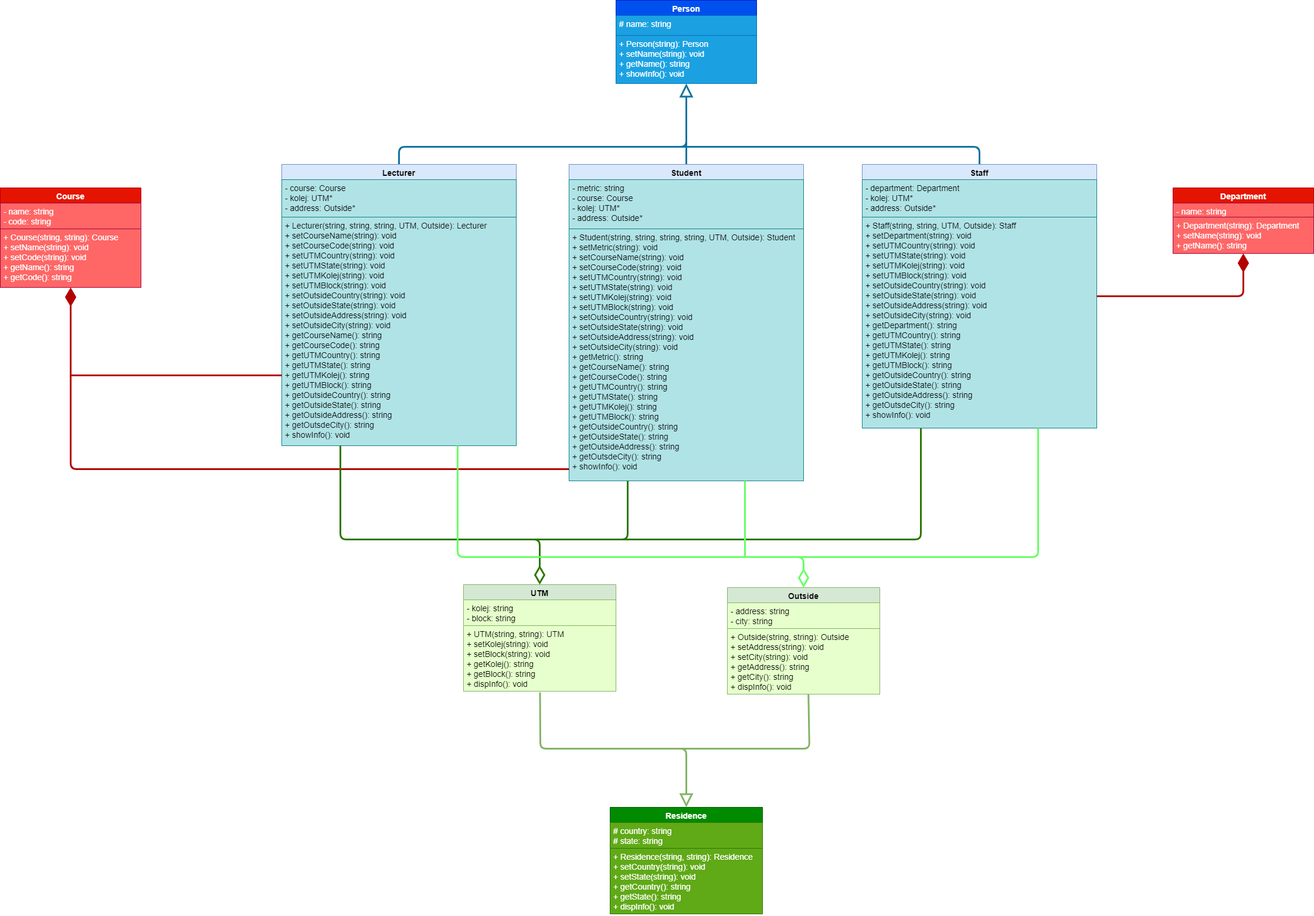
This is SECOND DRAFT/PT2 Project UML SECOND DRAFT.png from hafizhh3d/PT2-Project, a draw.io export, as it was before one commit. Source tidied: cells renumbered, new cells last; positions are measured from the earlier drawing's top-left corner, leaving out a move shared by most shapes.
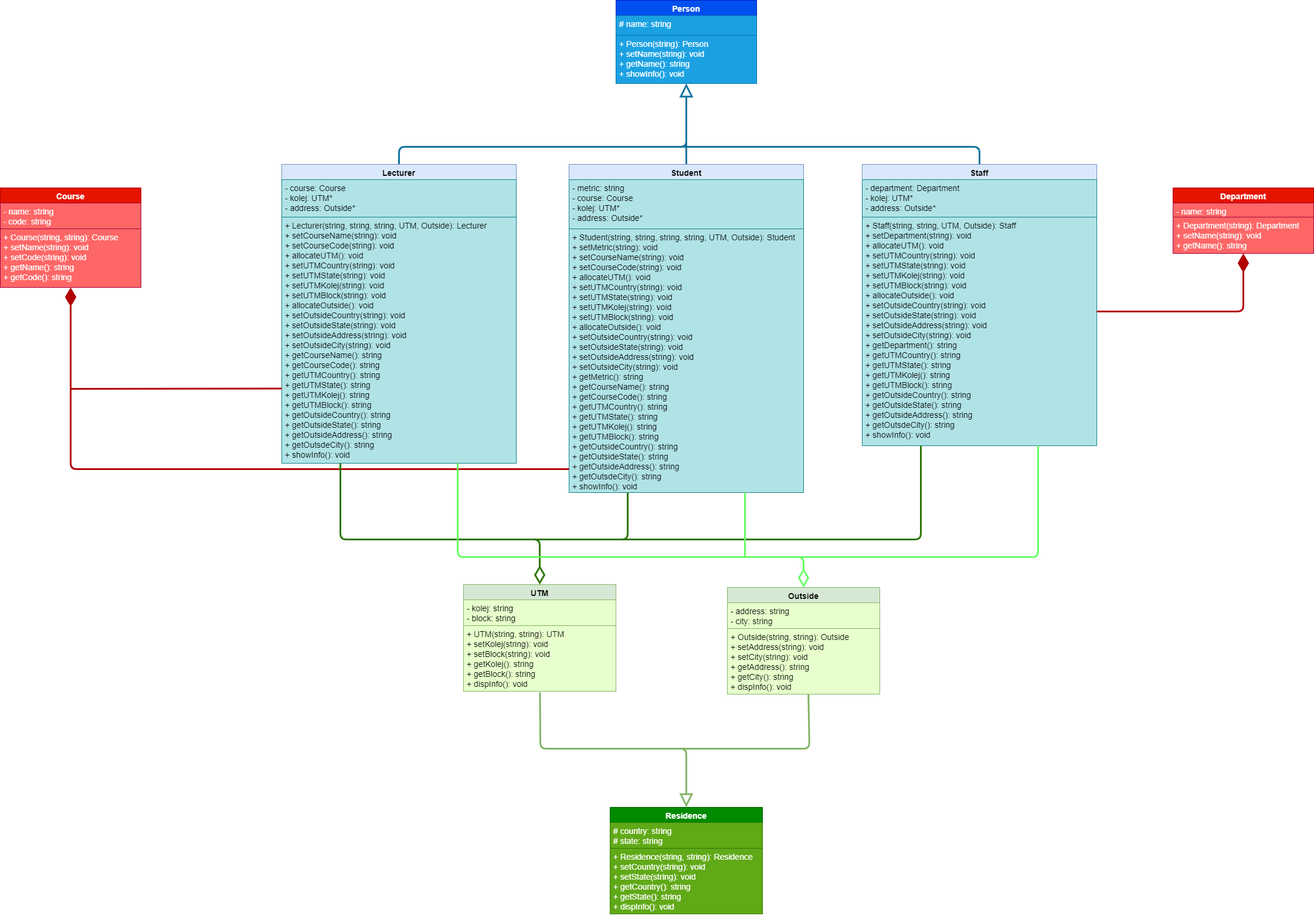
Later version of the same file.

Diff of the diagram source:
```diff
@@ -73,7 +73,7 @@
       <mxGeometry y="70" width="260" height="112" as="geometry" />
     </mxCell>
     <mxCell id="22" style="group;" parent="1" vertex="1">
-      <mxGeometry x="480" width="1390" height="820" as="geometry" />
+      <mxGeometry x="480" width="1390" height="840" as="geometry" />
     </mxCell>
     <mxCell id="23" value="Person" style="swimlane;fontStyle=1;align=center;verticalAlign=top;horizontal=1;startSize=26;fontSize=14;fillColor=#0050ef;strokeColor=#001DBC;fontColor=#ffffff;" parent="22" vertex="1">
       <mxGeometry x="570" width="240" height="142" as="geometry" />
@@ -107,31 +107,31 @@
       </mxGeometry>
     </mxCell>
     <mxCell id="29" value="Student" style="swimlane;fontStyle=1;align=center;verticalAlign=top;horizontal=1;startSize=26;fontSize=14;fillColor=#dae8fc;strokeColor=#6c8ebf;" parent="22" vertex="1">
-      <mxGeometry x="490" y="280" width="400" height="540" as="geometry" />
+      <mxGeometry x="490" y="280" width="400" height="560" as="geometry" />
     </mxCell>
     <mxCell id="30" value="- metric: string&#10;- course: Course&#10;- kolej: UTM*&#10;- address: Outside*" style="text;strokeColor=#0e8088;fillColor=#b0e3e6;align=left;verticalAlign=top;spacingLeft=4;spacingRight=4;overflow=hidden;fontSize=14;" parent="29" vertex="1">
       <mxGeometry y="26" width="400" height="84" as="geometry" />
     </mxCell>
-    <mxCell id="31" value="+ Student(string, string, string, string, UTM, Outside): Student&#10;+ setMetric(string): void&#10;+ setCourseName(string): void&#10;+ setCourseCode(string): void&#10;+ setUTMCountry(string): void&#10;+ setUTMState(string): void&#10;+ setUTMKolej(string): void&#10;+ setUTMBlock(string): void&#10;+ setOutsideCountry(string): void&#10;+ setOutsideState(string): void&#10;+ setOutsideAddress(string): void&#10;+ setOutsideCity(string): void&#10;+ getMetric(): string&#10;+ getCourseName(): string&#10;+ getCourseCode(): string&#10;+ getUTMCountry(): string&#10;+ getUTMState(): string&#10;+ getUTMKolej(): string&#10;+ getUTMBlock(): string&#10;+ getOutsideCountry(): string&#10;+ getOutsideState(): string&#10;+ getOutsideAddress(): string&#10;+ getOutsdeCity(): string&#10;+ showInfo(): void" style="text;strokeColor=#0e8088;fillColor=#b0e3e6;align=left;verticalAlign=top;spacingLeft=4;spacingRight=4;overflow=hidden;fontSize=14;" parent="29" vertex="1">
-      <mxGeometry y="110" width="400" height="430" as="geometry" />
+    <mxCell id="31" value="+ Student(string, string, string, string, UTM, Outside): Student&#10;+ setMetric(string): void&#10;+ setCourseName(string): void&#10;+ setCourseCode(string): void&#10;+ allocateUTM(): void&#10;+ setUTMCountry(string): void&#10;+ setUTMState(string): void&#10;+ setUTMKolej(string): void&#10;+ setUTMBlock(string): void&#10;+ allocateOutside(): void&#10;+ setOutsideCountry(string): void&#10;+ setOutsideState(string): void&#10;+ setOutsideAddress(string): void&#10;+ setOutsideCity(string): void&#10;+ getMetric(): string&#10;+ getCourseName(): string&#10;+ getCourseCode(): string&#10;+ getUTMCountry(): string&#10;+ getUTMState(): string&#10;+ getUTMKolej(): string&#10;+ getUTMBlock(): string&#10;+ getOutsideCountry(): string&#10;+ getOutsideState(): string&#10;+ getOutsideAddress(): string&#10;+ getOutsdeCity(): string&#10;+ showInfo(): void" style="text;strokeColor=#0e8088;fillColor=#b0e3e6;align=left;verticalAlign=top;spacingLeft=4;spacingRight=4;overflow=hidden;fontSize=14;" parent="29" vertex="1">
+      <mxGeometry y="110" width="400" height="450" as="geometry" />
     </mxCell>
     <mxCell id="32" value="Lecturer" style="swimlane;fontStyle=1;align=center;verticalAlign=top;horizontal=1;startSize=26;fontSize=14;fillColor=#dae8fc;strokeColor=#6c8ebf;" parent="22" vertex="1">
-      <mxGeometry y="280" width="400" height="480" as="geometry" />
+      <mxGeometry y="280" width="400" height="510" as="geometry" />
     </mxCell>
     <mxCell id="33" value="- course: Course&#10;- kolej: UTM*&#10;- address: Outside*" style="text;strokeColor=#0e8088;fillColor=#b0e3e6;align=left;verticalAlign=top;spacingLeft=4;spacingRight=4;overflow=hidden;fontSize=14;" parent="32" vertex="1">
       <mxGeometry y="26" width="400" height="64" as="geometry" />
     </mxCell>
-    <mxCell id="34" value="+ Lecturer(string, string, string, UTM, Outside): Lecturer&#10;+ setCourseName(string): void&#10;+ setCourseCode(string): void&#10;+ setUTMCountry(string): void&#10;+ setUTMState(string): void&#10;+ setUTMKolej(string): void&#10;+ setUTMBlock(string): void&#10;+ setOutsideCountry(string): void&#10;+ setOutsideState(string): void&#10;+ setOutsideAddress(string): void&#10;+ setOutsideCity(string): void&#10;+ getCourseName(): string&#10;+ getCourseCode(): string&#10;+ getUTMCountry(): string&#10;+ getUTMState(): string&#10;+ getUTMKolej(): string&#10;+ getUTMBlock(): string&#10;+ getOutsideCountry(): string&#10;+ getOutsideState(): string&#10;+ getOutsideAddress(): string&#10;+ getOutsdeCity(): string&#10;+ showInfo(): void&#10;" style="text;strokeColor=#0e8088;fillColor=#b0e3e6;align=left;verticalAlign=top;spacingLeft=4;spacingRight=4;overflow=hidden;fontSize=14;" parent="32" vertex="1">
-      <mxGeometry y="90" width="400" height="390" as="geometry" />
+    <mxCell id="34" value="+ Lecturer(string, string, string, UTM, Outside): Lecturer&#10;+ setCourseName(string): void&#10;+ setCourseCode(string): void&#10;+ allocateUTM(): void&#10;+ setUTMCountry(string): void&#10;+ setUTMState(string): void&#10;+ setUTMKolej(string): void&#10;+ setUTMBlock(string): void&#10;+ allocateOutside(): void&#10;+ setOutsideCountry(string): void&#10;+ setOutsideState(string): void&#10;+ setOutsideAddress(string): void&#10;+ setOutsideCity(string): void&#10;+ getCourseName(): string&#10;+ getCourseCode(): string&#10;+ getUTMCountry(): string&#10;+ getUTMState(): string&#10;+ getUTMKolej(): string&#10;+ getUTMBlock(): string&#10;+ getOutsideCountry(): string&#10;+ getOutsideState(): string&#10;+ getOutsideAddress(): string&#10;+ getOutsdeCity(): string&#10;+ showInfo(): void&#10;" style="text;strokeColor=#0e8088;fillColor=#b0e3e6;align=left;verticalAlign=top;spacingLeft=4;spacingRight=4;overflow=hidden;fontSize=14;" parent="32" vertex="1">
+      <mxGeometry y="90" width="400" height="420" as="geometry" />
     </mxCell>
     <mxCell id="35" value="Staff" style="swimlane;fontStyle=1;align=center;verticalAlign=top;horizontal=1;startSize=26;fontSize=14;fillColor=#dae8fc;strokeColor=#6c8ebf;" parent="22" vertex="1">
-      <mxGeometry x="990" y="280" width="400" height="450" as="geometry" />
+      <mxGeometry x="990" y="280" width="400" height="480" as="geometry" />
     </mxCell>
     <mxCell id="36" value="- department: Department&#10;- kolej: UTM*&#10;- address: Outside*" style="text;strokeColor=#0e8088;fillColor=#b0e3e6;align=left;verticalAlign=top;spacingLeft=4;spacingRight=4;overflow=hidden;fontSize=14;" parent="35" vertex="1">
       <mxGeometry y="26" width="400" height="64" as="geometry" />
     </mxCell>
-    <mxCell id="37" value="+ Staff(string, string, UTM, Outside): Staff&#10;+ setDepartment(string): void&#10;+ setUTMCountry(string): void&#10;+ setUTMState(string): void&#10;+ setUTMKolej(string): void&#10;+ setUTMBlock(string): void&#10;+ setOutsideCountry(string): void&#10;+ setOutsideState(string): void&#10;+ setOutsideAddress(string): void&#10;+ setOutsideCity(string): void&#10;+ getDepartment(): string&#10;+ getUTMCountry(): string&#10;+ getUTMState(): string&#10;+ getUTMKolej(): string&#10;+ getUTMBlock(): string&#10;+ getOutsideCountry(): string&#10;+ getOutsideState(): string&#10;+ getOutsideAddress(): string&#10;+ getOutsdeCity(): string&#10;+ showInfo(): void" style="text;strokeColor=#0e8088;fillColor=#b0e3e6;align=left;verticalAlign=top;spacingLeft=4;spacingRight=4;overflow=hidden;points=[[0,0.5],[1,0.5]];portConstraint=eastwest;fontSize=14;" parent="35" vertex="1">
-      <mxGeometry y="90" width="400" height="360" as="geometry" />
+    <mxCell id="37" value="+ Staff(string, string, UTM, Outside): Staff&#10;+ setDepartment(string): void&#10;+ allocateUTM(): void&#10;+ setUTMCountry(string): void&#10;+ setUTMState(string): void&#10;+ setUTMKolej(string): void&#10;+ setUTMBlock(string): void&#10;+ allocateOutside(): void&#10;+ setOutsideCountry(string): void&#10;+ setOutsideState(string): void&#10;+ setOutsideAddress(string): void&#10;+ setOutsideCity(string): void&#10;+ getDepartment(): string&#10;+ getUTMCountry(): string&#10;+ getUTMState(): string&#10;+ getUTMKolej(): string&#10;+ getUTMBlock(): string&#10;+ getOutsideCountry(): string&#10;+ getOutsideState(): string&#10;+ getOutsideAddress(): string&#10;+ getOutsdeCity(): string&#10;+ showInfo(): void" style="text;strokeColor=#0e8088;fillColor=#b0e3e6;align=left;verticalAlign=top;spacingLeft=4;spacingRight=4;overflow=hidden;points=[[0,0.5],[1,0.5]];portConstraint=eastwest;fontSize=14;" parent="35" vertex="1">
+      <mxGeometry y="90" width="400" height="390" as="geometry" />
     </mxCell>
     <mxCell id="38" style="endArrow=diamondThin;endFill=1;endSize=24;html=1;strokeWidth=3;entryX=0.5;entryY=1;entryDx=0;entryDy=0;fillColor=#e51400;strokeColor=#B20000;" parent="1" edge="1" target="2">
       <mxGeometry relative="1" as="geometry">
@@ -143,13 +143,13 @@
     </mxCell>
     <mxCell id="39" style="endArrow=none;html=1;strokeWidth=3;entryX=0;entryY=0.75;entryDx=0;entryDy=0;fillColor=#e51400;strokeColor=#B20000;" parent="1" edge="1" target="32">
       <mxGeometry relative="1" as="geometry">
-        <mxPoint x="120" y="640" as="sourcePoint" />
+        <mxPoint x="120" y="663" as="sourcePoint" />
       </mxGeometry>
     </mxCell>
-    <mxCell id="40" style="endArrow=diamondThin;endFill=1;endSize=24;html=1;strokeWidth=3;entryX=0.5;entryY=1;entryDx=0;entryDy=0;fillColor=#e51400;strokeColor=#B20000;exitX=1;exitY=0.5;exitDx=0;exitDy=0;" parent="1" edge="1" source="35" target="5">
+    <mxCell id="40" style="endArrow=diamondThin;endFill=1;endSize=24;html=1;strokeWidth=3;entryX=0.5;entryY=1;entryDx=0;entryDy=0;fillColor=#e51400;strokeColor=#B20000;exitX=1;exitY=0.413;exitDx=0;exitDy=0;exitPerimeter=0;" parent="1" edge="1" source="37" target="5">
       <mxGeometry relative="1" as="geometry">
         <Array as="points">
-          <mxPoint x="2120" y="505" />
+          <mxPoint x="2120" y="531" />
         </Array>
       </mxGeometry>
     </mxCell>
```
